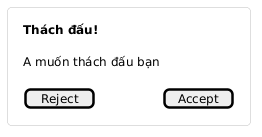
VattenL/mobile-pikachu keeps this PlantUML diagram as docs/uml/pha3/ui-m4-invitation.png. Above is the earlier version. The source it was exported from:
```plantuml
@startuml
skinparam shadowing false
skinparam defaultFontSize 12
skinparam defaultFontColor #333333
skinparam rectangle {
  BackgroundColor #FFFFFF
  BorderColor #BDBDBD
  RoundCorner 8
}

rectangle Invite [
{{salt
{
  <b>Thách đấu!
  .
  A muốn thách đấu bạn
  .
  [ Reject ] | [ Accept ]
}
}}
]
@enduml
```
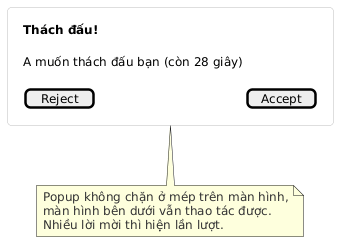
The same file after the commit.

Diff of the diagram source:
```diff
@@ -13,10 +13,16 @@
 {
   <b>Thách đấu!
   .
-  A muốn thách đấu bạn
+  A muốn thách đấu bạn (còn 28 giây)
   .
   [ Reject ] | [ Accept ]
 }
 }}
 ]
+
+note bottom of Invite
+  Popup không chặn ở mép trên màn hình,
+  màn hình bên dưới vẫn thao tác được.
+  Nhiều lời mời thì hiện lần lượt.
+end note
 @enduml
```
